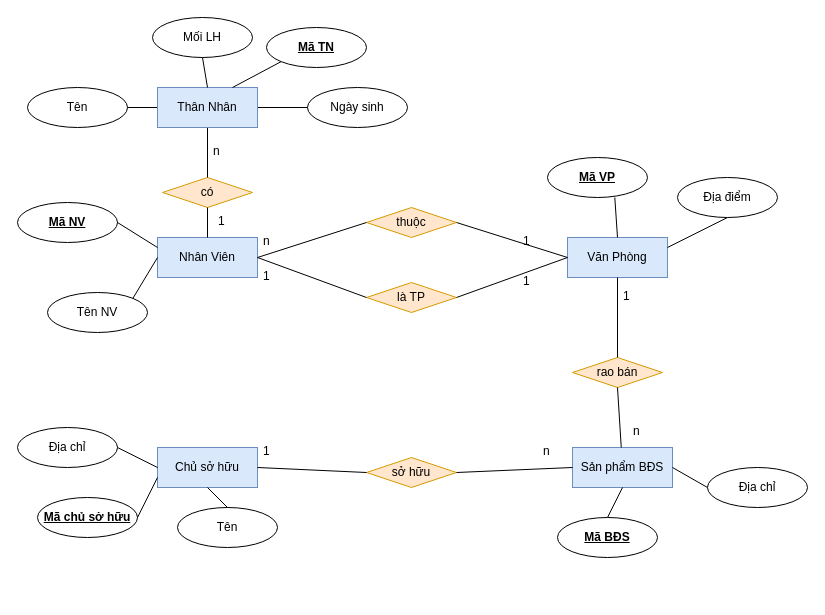
The draw.io diagram page "Page-1" (1 of 2) of Lab3.drawio in hieuhoang25/MyClock, before the edit. Source tidied: cells renumbered, new cells numbered last; positions are measured from the earlier drawing's top-left corner, leaving out a move shared by most shapes. Both pictures are drawn from the tidied source at 100%, with x=0, y=0 at pixel (17, 17).
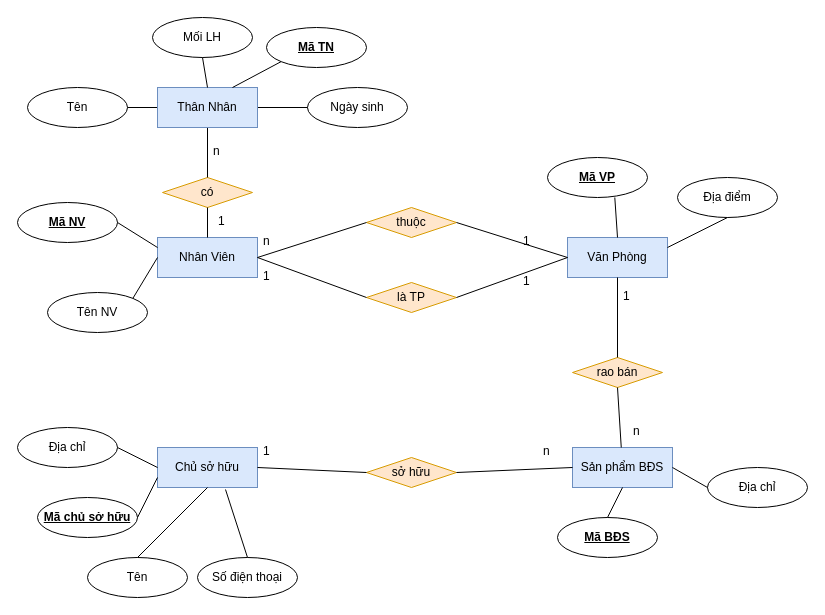
The same diagram, later.

The change refers to these unchanged cells:
```xml
<mxCell id="5" value="Chủ sở hữu" style="whiteSpace=wrap;html=1;align=center;fillColor=#dae8fc;strokeColor=#6c8ebf;" parent="1" vertex="1">
  <mxGeometry x="140" y="430" width="100" height="40" as="geometry" />
</mxCell>
```

Change to the diagram source:
```diff
@@
     <mxCell id="30" value="Tên" style="ellipse;whiteSpace=wrap;html=1;align=center;" parent="1" vertex="1">
-      <mxGeometry x="160" y="490" width="100" height="40" as="geometry" />
+      <mxGeometry x="70" y="540" width="100" height="40" as="geometry" />
     </mxCell>
@@
+    <mxCell id="58" value="Số điện thoại" style="ellipse;whiteSpace=wrap;html=1;align=center;" parent="1" vertex="1">
+      <mxGeometry x="180" y="540" width="100" height="40" as="geometry" />
+    </mxCell>
+    <mxCell id="59" style="endArrow=none;html=1;rounded=0;exitX=0.68;exitY=1.05;exitDx=0;exitDy=0;exitPerimeter=0;entryX=0.5;entryY=0;entryDx=0;entryDy=0;" parent="1" edge="1" source="5" target="58">
+      <mxGeometry relative="1" as="geometry" />
+    </mxCell>
```
